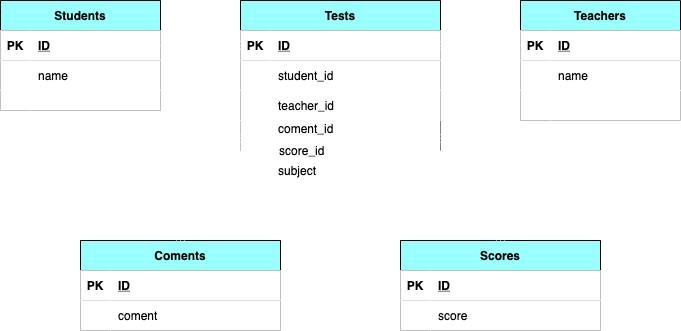
Before: index.png, a diagram exported from draw.io (mogpon/coachtech0516). Source tidied: cells renumbered, new cells last; positions are measured from the earlier drawing's top-left corner, leaving out a move shared by most shapes.
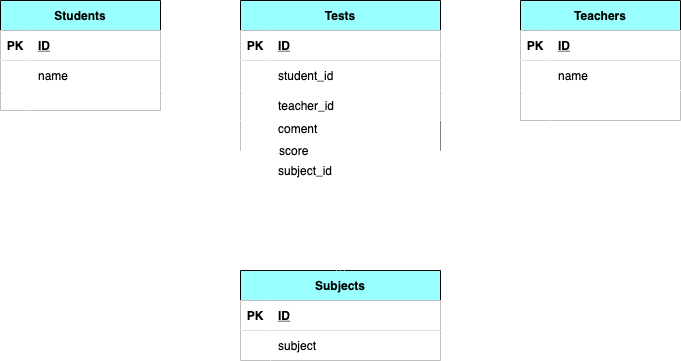
After the commit.

Diff of the diagram source:
```diff
@@ -92,8 +92,8 @@
     <mxCell id="31" style="shape=partialRectangle;top=0;left=0;bottom=0;right=0;align=left;spacingLeft=6;overflow=hidden;labelBackgroundColor=none;labelBorderColor=none;fillColor=#FFFFFF;fontColor=#000000;strokeColor=#000000;" parent="29" vertex="1">
       <mxGeometry x="30" width="130" height="30" as="geometry" />
     </mxCell>
-    <mxCell id="32" value="Coments" style="shape=table;startSize=30;rowLines=0;fontStyle=1;align=center;labelBackgroundColor=none;labelBorderColor=none;fillColor=#99FFFF;fontColor=#000000;strokeColor=#000000;" parent="1" vertex="1">
-      <mxGeometry x="80" y="240" width="200" height="90" as="geometry" />
+    <mxCell id="32" value="Subjects" style="shape=table;startSize=30;rowLines=0;fontStyle=1;align=center;labelBackgroundColor=none;labelBorderColor=none;fillColor=#99FFFF;fontColor=#000000;strokeColor=#000000;" parent="1" vertex="1">
+      <mxGeometry x="240" y="270" width="200" height="90" as="geometry" />
     </mxCell>
     <mxCell id="33" style="shape=partialRectangle;top=0;left=0;bottom=1;right=0;labelBackgroundColor=none;labelBorderColor=none;fillColor=#FFFFFF;fontColor=#000000;strokeColor=#000000;" parent="32" vertex="1">
       <mxGeometry y="30" width="200" height="30" as="geometry" />
@@ -110,7 +110,7 @@
     <mxCell id="37" style="shape=partialRectangle;top=0;left=0;bottom=0;right=0;overflow=hidden;labelBackgroundColor=none;labelBorderColor=none;fillColor=#FFFFFF;fontColor=#000000;strokeColor=#000000;" parent="36" vertex="1">
       <mxGeometry width="30" height="30" as="geometry" />
     </mxCell>
-    <mxCell id="38" value="coment" style="shape=partialRectangle;top=0;left=0;bottom=0;right=0;align=left;spacingLeft=6;overflow=hidden;labelBackgroundColor=none;labelBorderColor=none;fillColor=#FFFFFF;fontColor=#000000;strokeColor=#000000;" parent="36" vertex="1">
+    <mxCell id="38" value="subject" style="shape=partialRectangle;top=0;left=0;bottom=0;right=0;align=left;spacingLeft=6;overflow=hidden;labelBackgroundColor=none;labelBorderColor=none;fillColor=#FFFFFF;fontColor=#000000;strokeColor=#000000;" parent="36" vertex="1">
       <mxGeometry x="30" width="170" height="30" as="geometry" />
     </mxCell>
     <mxCell id="39" style="shape=partialRectangle;top=0;left=0;bottom=0;right=0;points=[[0,0.5],[1,0.5]];portConstraint=eastwest;labelBackgroundColor=none;labelBorderColor=none;fillColor=#FFFFFF;fontColor=#000000;strokeColor=#000000;" parent="1" vertex="1">
@@ -119,7 +119,7 @@
     <mxCell id="40" style="shape=partialRectangle;top=0;left=0;bottom=0;right=0;overflow=hidden;labelBackgroundColor=none;labelBorderColor=none;fillColor=#FFFFFF;fontColor=#000000;strokeColor=#000000;" parent="39" vertex="1">
       <mxGeometry width="34.1" height="70" as="geometry" />
     </mxCell>
-    <mxCell id="41" value="subject" style="shape=partialRectangle;top=0;left=0;bottom=0;right=0;align=left;spacingLeft=6;overflow=hidden;labelBackgroundColor=none;labelBorderColor=none;fillColor=#FFFFFF;fontColor=#000000;strokeColor=#000000;" parent="39" vertex="1">
+    <mxCell id="41" value="subject_id" style="shape=partialRectangle;top=0;left=0;bottom=0;right=0;align=left;spacingLeft=6;overflow=hidden;labelBackgroundColor=none;labelBorderColor=none;fillColor=#FFFFFF;fontColor=#000000;strokeColor=#000000;" parent="39" vertex="1">
       <mxGeometry x="30" y="40" width="165.9" height="20" as="geometry" />
     </mxCell>
     <mxCell id="42" style="fontSize=12;html=1;endArrow=ERoneToMany;startArrow=ERmandOne;exitX=1;exitY=0.5;exitDx=0;exitDy=0;entryX=0;entryY=0.5;entryDx=0;entryDy=0;labelBackgroundColor=none;labelBorderColor=none;fillColor=#FFFFFF;fontColor=#000000;strokeColor=#FFFFFF;" parent="1" edge="1" source="3" target="13">
@@ -128,50 +128,14 @@
     <mxCell id="43" style="fontSize=12;html=1;endArrow=ERoneToMany;startArrow=ERmandOne;exitX=0;exitY=0.5;exitDx=0;exitDy=0;entryX=1;entryY=0.5;entryDx=0;entryDy=0;labelBackgroundColor=none;labelBorderColor=none;fillColor=#FFFFFF;fontColor=#FFFFFF;strokeColor=#FFFFFF;" parent="1" edge="1" source="23" target="13">
       <mxGeometry relative="1" as="geometry" />
     </mxCell>
-    <mxCell id="44" value="score_id" style="shape=partialRectangle;top=0;left=0;bottom=0;right=0;align=left;spacingLeft=6;overflow=hidden;labelBackgroundColor=none;labelBorderColor=none;fillColor=#FFFFFF;fontColor=#000000;strokeColor=#000000;" parent="1" vertex="1">
+    <mxCell id="44" value="score" style="shape=partialRectangle;top=0;left=0;bottom=0;right=0;align=left;spacingLeft=6;overflow=hidden;labelBackgroundColor=none;labelBorderColor=none;fillColor=#FFFFFF;fontColor=#000000;strokeColor=#000000;" parent="1" vertex="1">
       <mxGeometry x="271.1" y="140" width="165.9" height="20" as="geometry" />
     </mxCell>
-    <mxCell id="45" value="coment_id" style="shape=partialRectangle;top=0;left=0;bottom=0;right=0;align=left;spacingLeft=6;overflow=hidden;labelBackgroundColor=none;labelBorderColor=none;fillColor=#FFFFFF;fontColor=#000000;strokeColor=#000000;" parent="1" vertex="1">
+    <mxCell id="45" value="coment" style="shape=partialRectangle;top=0;left=0;bottom=0;right=0;align=left;spacingLeft=6;overflow=hidden;labelBackgroundColor=none;labelBorderColor=none;fillColor=#FFFFFF;fontColor=#000000;strokeColor=#000000;" parent="1" vertex="1">
       <mxGeometry x="270" y="118" width="165.9" height="20" as="geometry" />
     </mxCell>
-    <mxCell id="46" value="Scores" style="shape=table;startSize=30;rowLines=0;fontStyle=1;align=center;labelBackgroundColor=none;labelBorderColor=none;fillColor=#99FFFF;fontColor=#000000;strokeColor=#000000;" parent="1" vertex="1">
-      <mxGeometry x="400" y="240" width="200" height="90" as="geometry" />
-    </mxCell>
-    <mxCell id="47" style="shape=partialRectangle;top=0;left=0;bottom=1;right=0;labelBackgroundColor=none;labelBorderColor=none;fillColor=#FFFFFF;fontColor=#000000;strokeColor=#000000;" parent="46" vertex="1">
-      <mxGeometry y="30" width="200" height="30" as="geometry" />
-    </mxCell>
-    <mxCell id="48" value="PK" style="shape=partialRectangle;top=0;left=0;bottom=0;right=0;fontStyle=1;overflow=hidden;labelBackgroundColor=none;labelBorderColor=none;fillColor=#FFFFFF;fontColor=#000000;strokeColor=#000000;" parent="47" vertex="1">
-      <mxGeometry width="30" height="30" as="geometry" />
-    </mxCell>
-    <mxCell id="49" value="ID" style="shape=partialRectangle;top=0;left=0;bottom=0;right=0;align=left;spacingLeft=6;fontStyle=5;overflow=hidden;labelBackgroundColor=none;labelBorderColor=none;fillColor=#FFFFFF;fontColor=#000000;strokeColor=#000000;" parent="47" vertex="1">
-      <mxGeometry x="30" width="170" height="30" as="geometry" />
-    </mxCell>
-    <mxCell id="50" style="shape=partialRectangle;top=0;left=0;bottom=0;right=0;labelBackgroundColor=none;labelBorderColor=none;fillColor=#FFFFFF;fontColor=#000000;strokeColor=#000000;" parent="46" vertex="1">
-      <mxGeometry y="60" width="200" height="30" as="geometry" />
-    </mxCell>
-    <mxCell id="51" style="shape=partialRectangle;top=0;left=0;bottom=0;right=0;overflow=hidden;labelBackgroundColor=none;labelBorderColor=none;fillColor=#FFFFFF;fontColor=#000000;strokeColor=#000000;" parent="50" vertex="1">
-      <mxGeometry width="30" height="30" as="geometry" />
-    </mxCell>
-    <mxCell id="52" value="score" style="shape=partialRectangle;top=0;left=0;bottom=0;right=0;align=left;spacingLeft=6;overflow=hidden;labelBackgroundColor=none;labelBorderColor=none;fillColor=#FFFFFF;fontColor=#000000;strokeColor=#000000;" parent="50" vertex="1">
-      <mxGeometry x="30" width="170" height="30" as="geometry" />
-    </mxCell>
-    <mxCell id="53" style="edgeStyle=elbowEdgeStyle;fontSize=12;html=1;endArrow=ERoneToMany;startArrow=ERoneToMany;labelBackgroundColor=none;strokeColor=#FFFFFF;fillColor=#FFFFFF;" parent="1" edge="1">
-      <mxGeometry relative="1" as="geometry">
-        <mxPoint x="180" y="240" as="sourcePoint" />
-        <mxPoint x="240" y="138" as="targetPoint" />
-        <Array as="points">
-          <mxPoint x="180" y="138" />
-        </Array>
-      </mxGeometry>
-    </mxCell>
-    <mxCell id="54" style="edgeStyle=elbowEdgeStyle;fontSize=12;html=1;endArrow=ERoneToMany;startArrow=ERoneToMany;labelBackgroundColor=none;strokeColor=#FFFFFF;fillColor=#FFFFFF;" parent="1" edge="1">
-      <mxGeometry relative="1" as="geometry">
-        <mxPoint x="500" y="240" as="sourcePoint" />
-        <mxPoint x="440" y="138" as="targetPoint" />
-        <Array as="points">
-          <mxPoint x="500" y="150" />
-        </Array>
-      </mxGeometry>
-    </mxCell>
+    <mxCell id="55" style="fontSize=12;html=1;endArrow=ERoneToMany;startArrow=ERoneToMany;exitX=0.5;exitY=0;exitDx=0;exitDy=0;labelBackgroundColor=none;labelBorderColor=none;fillColor=#FFFFFF;fontColor=#000000;strokeColor=#FFFFFF;startFill=0;" parent="1" edge="1" source="32" target="39">
+      <mxGeometry relative="1" as="geometry" />
+    </mxCell>
   </root>
 </mxGraphModel>
```
